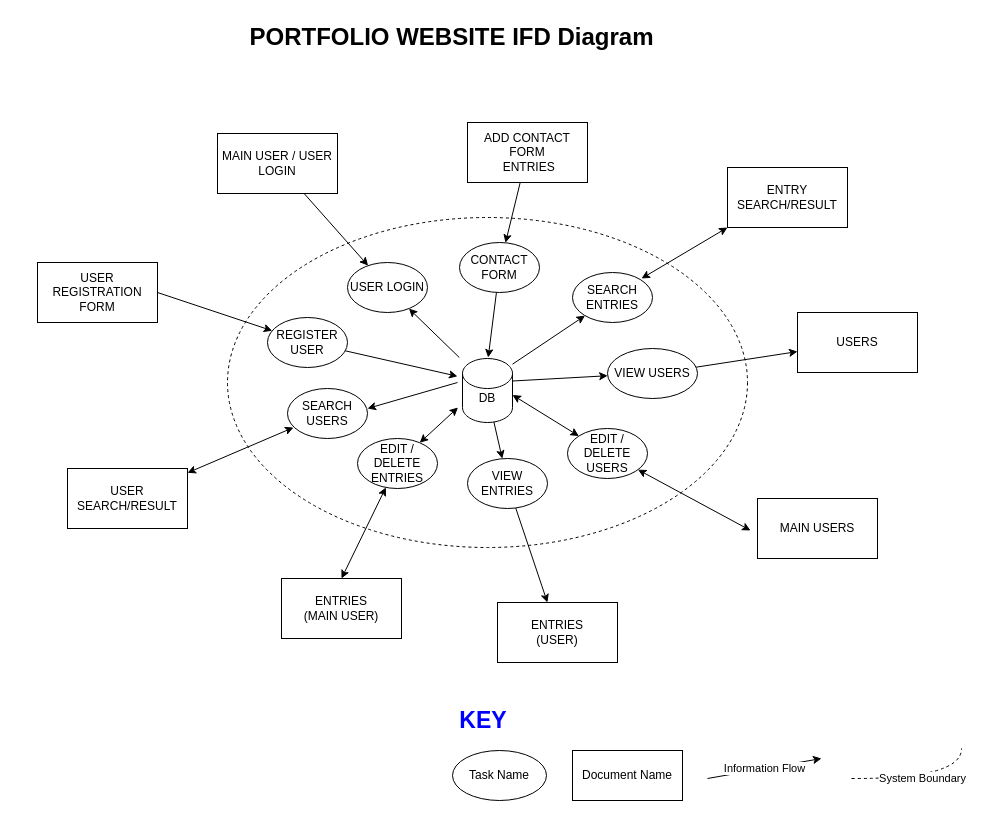
The draw.io diagram Submissions/Assignment01/PORTFOLIO_IFD.drawio in hussainlallani/f20_csfs1030, before the edit. Source tidied: cells renumbered, new cells numbered last; positions are measured from the earlier drawing's top-left corner, leaving out a move shared by most shapes. Both pictures are drawn from the tidied source at 100%, with x=0, y=0 at pixel (37, 17).
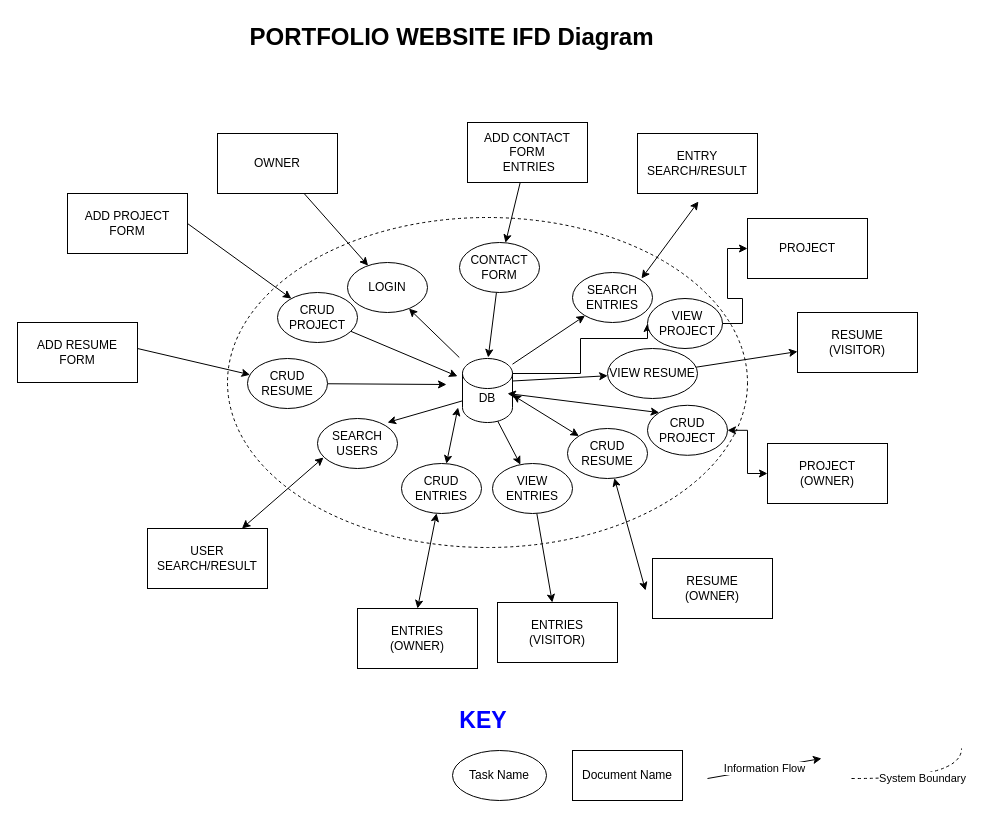
After the change.

Unchanged cells that the change refers to:
```xml
<mxCell id="44" style="shape=cylinder3;whiteSpace=wrap;html=1;boundedLbl=1;backgroundOutline=1;size=15;" parent="1" vertex="1">
  <mxGeometry x="425" y="341" width="50" height="64" as="geometry" />
</mxCell>
<mxCell id="45" value="DB" style="text;html=1;strokeColor=none;fillColor=none;align=center;verticalAlign=middle;whiteSpace=wrap;rounded=0;" parent="1" vertex="1">
  <mxGeometry x="430" y="371" width="40" height="20" as="geometry" />
</mxCell>
```

What changed in the source:
```diff
@@
     <mxCell id="4" value="USER SEARCH/RESULT" style="rounded=0;whiteSpace=wrap;html=1;" parent="1" vertex="1">
-      <mxGeometry x="30" y="451" width="120" height="60" as="geometry" />
+      <mxGeometry x="110" y="511" width="120" height="60" as="geometry" />
     </mxCell>
-    <mxCell id="5" value="USERS" style="rounded=0;whiteSpace=wrap;html=1;" parent="1" vertex="1">
+    <mxCell id="5" value="RESUME&lt;br&gt;(VISITOR)" style="rounded=0;whiteSpace=wrap;html=1;" parent="1" vertex="1">
       <mxGeometry x="760" y="295" width="120" height="60" as="geometry" />
     </mxCell>
@@
-    <mxCell id="8" value="ENTRIES&lt;br&gt;(USER)" style="rounded=0;whiteSpace=wrap;html=1;" parent="1" vertex="1">
+    <mxCell id="8" value="ENTRIES&lt;br&gt;(VISITOR)" style="rounded=0;whiteSpace=wrap;html=1;" parent="1" vertex="1">
       <mxGeometry x="460" y="585" width="120" height="60" as="geometry" />
     </mxCell>
@@
-    <mxCell id="13" value="MAIN USER / USER LOGIN" style="rounded=0;whiteSpace=wrap;html=1;" parent="1" vertex="1">
+    <mxCell id="13" value="OWNER" style="rounded=0;whiteSpace=wrap;html=1;" parent="1" vertex="1">
       <mxGeometry x="180" y="116" width="120" height="60" as="geometry" />
     </mxCell>
-    <mxCell id="14" value="USER REGISTRATION FORM" style="rounded=0;whiteSpace=wrap;html=1;" parent="1" vertex="1">
-      <mxGeometry y="245" width="120" height="60" as="geometry" />
+    <mxCell id="14" value="ADD PROJECT FORM" style="rounded=0;whiteSpace=wrap;html=1;" parent="1" vertex="1">
+      <mxGeometry x="30" y="176" width="120" height="60" as="geometry" />
     </mxCell>
@@
-    <mxCell id="16" value="USER LOGIN" style="ellipse;whiteSpace=wrap;html=1;" parent="1" vertex="1">
+    <mxCell id="16" value="LOGIN" style="ellipse;whiteSpace=wrap;html=1;" parent="1" vertex="1">
       <mxGeometry x="310" y="245" width="80" height="50" as="geometry" />
     </mxCell>
@@
-    <mxCell id="20" value="EDIT / DELETE ENTRIES" style="ellipse;whiteSpace=wrap;html=1;" parent="1" vertex="1">
-      <mxGeometry x="320" y="421" width="80" height="50" as="geometry" />
+    <mxCell id="20" value="CRUD&lt;br&gt;ENTRIES" style="ellipse;whiteSpace=wrap;html=1;" parent="1" vertex="1">
+      <mxGeometry x="364" y="446" width="80" height="50" as="geometry" />
     </mxCell>
@@
     <mxCell id="22" value="VIEW ENTRIES" style="ellipse;whiteSpace=wrap;html=1;" parent="1" vertex="1">
-      <mxGeometry x="430" y="441" width="80" height="50" as="geometry" />
+      <mxGeometry x="455" y="446" width="80" height="50" as="geometry" />
     </mxCell>
@@
-    <mxCell id="24" value="EDIT / DELETE USERS" style="ellipse;whiteSpace=wrap;html=1;" parent="1" vertex="1">
+    <mxCell id="24" style="ellipse;whiteSpace=wrap;html=1;" parent="1" vertex="1">
       <mxGeometry x="530" y="411" width="80" height="50" as="geometry" />
     </mxCell>
@@
-    <mxCell id="27" value="VIEW USERS" style="ellipse;whiteSpace=wrap;html=1;" parent="1" vertex="1">
+    <mxCell id="27" value="VIEW RESUME" style="ellipse;whiteSpace=wrap;html=1;" parent="1" vertex="1">
       <mxGeometry x="570" y="331" width="90" height="50" as="geometry" />
     </mxCell>
@@
-    <mxCell id="31" value="REGISTER USER" style="ellipse;whiteSpace=wrap;html=1;" parent="1" vertex="1">
-      <mxGeometry x="230" y="300" width="80" height="50" as="geometry" />
+    <mxCell id="31" value="CRUD PROJECT" style="ellipse;whiteSpace=wrap;html=1;" parent="1" vertex="1">
+      <mxGeometry x="240" y="275" width="80" height="50" as="geometry" />
     </mxCell>
@@
-    <mxCell id="38" style="endArrow=classic;html=1;" parent="1" edge="1" target="31">
-      <mxGeometry relative="1" as="geometry">
-        <mxPoint x="120" y="275" as="sourcePoint" />
-      </mxGeometry>
+    <mxCell id="38" style="endArrow=classic;html=1;exitX=1;exitY=0.5;exitDx=0;exitDy=0;" parent="1" edge="1" source="14" target="31">
+      <mxGeometry relative="1" as="geometry" />
     </mxCell>
@@
     <mxCell id="40" value="SEARCH USERS" style="ellipse;whiteSpace=wrap;html=1;" parent="1" vertex="1">
-      <mxGeometry x="250" y="371" width="80" height="50" as="geometry" />
+      <mxGeometry x="280" y="401" width="80" height="50" as="geometry" />
     </mxCell>
     <mxCell id="41" style="edgeStyle=none;rounded=0;orthogonalLoop=1;jettySize=auto;html=1;startArrow=classic;startFill=1;endArrow=none;endFill=0;entryX=0;entryY=0.5;entryDx=0;entryDy=0;" parent="1" edge="1">
       <mxGeometry relative="1" as="geometry">
-        <mxPoint x="330" y="391" as="sourcePoint" />
-        <mxPoint x="420" y="365" as="targetPoint" />
+        <mxPoint x="350" y="405" as="sourcePoint" />
+        <mxPoint x="440" y="379" as="targetPoint" />
       </mxGeometry>
     </mxCell>
     <mxCell id="42" value="ENTRY SEARCH/RESULT" style="rounded=0;whiteSpace=wrap;html=1;" parent="1" vertex="1">
-      <mxGeometry x="690" y="150" width="120" height="60" as="geometry" />
+      <mxGeometry x="600" y="116" width="120" height="60" as="geometry" />
     </mxCell>
-    <mxCell id="43" style="edgeStyle=none;rounded=0;orthogonalLoop=1;jettySize=auto;html=1;startArrow=classic;startFill=1;endArrow=classic;endFill=1;entryX=0.075;entryY=0.78;entryDx=0;entryDy=0;entryPerimeter=0;" parent="1" edge="1">
+    <mxCell id="43" style="edgeStyle=none;rounded=0;jettySize=auto;html=1;startArrow=classic;startFill=1;endArrow=classic;endFill=1;entryX=0.508;entryY=1.133;entryDx=0;entryDy=0;entryPerimeter=0;" parent="1" edge="1" target="42">
       <mxGeometry relative="1" as="geometry">
         <mxPoint x="604" y="261" as="sourcePoint" />
-        <mxPoint x="690" y="210" as="targetPoint" />
       </mxGeometry>
     </mxCell>
+    <mxCell id="48" style="edgeStyle=orthogonalEdgeStyle;rounded=0;jettySize=auto;html=1;exitX=1;exitY=0;exitDx=0;exitDy=15;exitPerimeter=0;entryX=0;entryY=0.5;entryDx=0;entryDy=0;startArrow=none;startFill=0;" parent="1" edge="1" source="44" target="59">
+      <mxGeometry relative="1" as="geometry">
+        <Array as="points">
+          <mxPoint x="543" y="356" />
+          <mxPoint x="543" y="321" />
+          <mxPoint x="610" y="321" />
+        </Array>
+      </mxGeometry>
+    </mxCell>
@@
-    <mxCell id="46" value="MAIN USERS" style="rounded=0;whiteSpace=wrap;html=1;" parent="1" vertex="1">
-      <mxGeometry x="720" y="481" width="120" height="60" as="geometry" />
+    <mxCell id="46" value="RESUME&lt;br&gt;(OWNER)" style="rounded=0;whiteSpace=wrap;html=1;" parent="1" vertex="1">
+      <mxGeometry x="615" y="541" width="120" height="60" as="geometry" />
     </mxCell>
-    <mxCell id="47" value="ENTRIES &lt;br&gt;(MAIN USER)" style="rounded=0;whiteSpace=wrap;html=1;" parent="1" vertex="1">
-      <mxGeometry x="244" y="561" width="120" height="60" as="geometry" />
+    <mxCell id="47" value="ENTRIES &lt;br&gt;(OWNER)" style="rounded=0;whiteSpace=wrap;html=1;" parent="1" vertex="1">
+      <mxGeometry x="320" y="591" width="120" height="60" as="geometry" />
     </mxCell>
+    <mxCell id="49" value="CRUD RESUME" style="text;html=1;strokeColor=none;fillColor=none;align=center;verticalAlign=middle;whiteSpace=wrap;rounded=0;" parent="1" vertex="1">
+      <mxGeometry x="550" y="426" width="40" height="20" as="geometry" />
+    </mxCell>
+    <mxCell id="50" value="ADD RESUME FORM" style="rounded=0;whiteSpace=wrap;html=1;" parent="1" vertex="1">
+      <mxGeometry x="-20" y="305" width="120" height="60" as="geometry" />
+    </mxCell>
+    <mxCell id="51" style="edgeStyle=none;rounded=0;jettySize=auto;html=1;startArrow=none;startFill=0;endArrow=classic;endFill=1;" parent="1" edge="1" source="52">
+      <mxGeometry relative="1" as="geometry">
+        <mxPoint x="409" y="367" as="targetPoint" />
+      </mxGeometry>
+    </mxCell>
+    <mxCell id="52" value="CRUD RESUME" style="ellipse;whiteSpace=wrap;html=1;" parent="1" vertex="1">
+      <mxGeometry x="210" y="341" width="80" height="50" as="geometry" />
+    </mxCell>
+    <mxCell id="53" style="endArrow=classic;html=1;" parent="1" edge="1" target="52">
+      <mxGeometry relative="1" as="geometry">
+        <mxPoint x="100" y="331" as="sourcePoint" />
+      </mxGeometry>
+    </mxCell>
+    <mxCell id="54" style="edgeStyle=none;rounded=0;jettySize=auto;html=1;startArrow=classic;startFill=1;endArrow=classic;endFill=1;entryX=1;entryY=0.25;entryDx=0;entryDy=0;exitX=0;exitY=0;exitDx=0;exitDy=0;" parent="1" edge="1" source="56" target="45">
+      <mxGeometry relative="1" as="geometry" />
+    </mxCell>
+    <mxCell id="55" value="PROJECT&lt;br&gt;(OWNER)" style="rounded=0;whiteSpace=wrap;html=1;" parent="1" vertex="1">
+      <mxGeometry x="730" y="426" width="120" height="60" as="geometry" />
+    </mxCell>
+    <mxCell id="56" style="ellipse;whiteSpace=wrap;html=1;" parent="1" vertex="1">
+      <mxGeometry x="610" y="387.8" width="80" height="50" as="geometry" />
+    </mxCell>
+    <mxCell id="57" style="edgeStyle=orthogonalEdgeStyle;rounded=0;jettySize=auto;html=1;exitX=1;exitY=0.5;exitDx=0;exitDy=0;entryX=0;entryY=0.5;entryDx=0;entryDy=0;startArrow=classic;startFill=1;" parent="1" edge="1" source="56" target="55">
+      <mxGeometry relative="1" as="geometry" />
+    </mxCell>
+    <mxCell id="58" value="CRUD PROJECT" style="text;html=1;strokeColor=none;fillColor=none;align=center;verticalAlign=middle;whiteSpace=wrap;rounded=0;" parent="1" vertex="1">
+      <mxGeometry x="630" y="402.8" width="40" height="20" as="geometry" />
+    </mxCell>
+    <mxCell id="59" style="ellipse;whiteSpace=wrap;html=1;" parent="1" vertex="1">
+      <mxGeometry x="610" y="281" width="75" height="50" as="geometry" />
+    </mxCell>
+    <mxCell id="60" value="VIEW PROJECT" style="text;html=1;strokeColor=none;fillColor=none;align=center;verticalAlign=middle;whiteSpace=wrap;rounded=0;" parent="1" vertex="1">
+      <mxGeometry x="630" y="296" width="40" height="20" as="geometry" />
+    </mxCell>
+    <mxCell id="61" style="edgeStyle=orthogonalEdgeStyle;rounded=0;jettySize=auto;html=1;exitX=0;exitY=0.5;exitDx=0;exitDy=0;entryX=1;entryY=0.5;entryDx=0;entryDy=0;startArrow=classic;startFill=1;endArrow=none;endFill=0;" parent="1" edge="1" source="62" target="59">
+      <mxGeometry relative="1" as="geometry" />
+    </mxCell>
+    <mxCell id="62" value="PROJECT&lt;br&gt;" style="rounded=0;whiteSpace=wrap;html=1;" parent="1" vertex="1">
+      <mxGeometry x="710" y="201" width="120" height="60" as="geometry" />
+    </mxCell>
```
